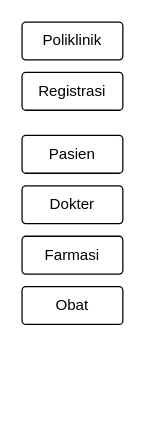
Above: rumahSakit.drawio in yogadwipayana/ERD (draw.io), before the change. Source tidied: cells renumbered, new cells numbered last; positions are measured from the earlier drawing's top-left corner, leaving out a move shared by most shapes. Both pictures are drawn from the tidied source at 126%, with x=0, y=0 at pixel (21, 21).
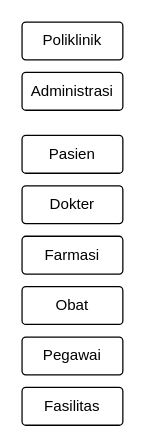
The same page after the edit.

Change to the diagram source:
```diff
@@
 <mxGraphModel>
   <root>
     <mxCell id="0" />
     <mxCell id="1" parent="0" />
     <mxCell id="2" value="Pasien" style="rounded=1;arcSize=10;whiteSpace=wrap;html=1;align=center;" parent="1" vertex="1">
       <mxGeometry y="90" width="80" height="30" as="geometry" />
     </mxCell>
-    <mxCell id="3" value="Registrasi" style="rounded=1;arcSize=10;whiteSpace=wrap;html=1;align=center;" parent="1" vertex="1">
+    <mxCell id="3" value="Administrasi" style="rounded=1;arcSize=10;whiteSpace=wrap;html=1;align=center;" parent="1" vertex="1">
       <mxGeometry y="40" width="80" height="30" as="geometry" />
     </mxCell>
     <mxCell id="4" value="Poliklinik" style="rounded=1;arcSize=10;whiteSpace=wrap;html=1;align=center;" parent="1" vertex="1">
       <mxGeometry width="80" height="30" as="geometry" />
     </mxCell>
     <mxCell id="5" value="Dokter" style="rounded=1;arcSize=10;whiteSpace=wrap;html=1;align=center;" parent="1" vertex="1">
       <mxGeometry y="130" width="80" height="30" as="geometry" />
     </mxCell>
     <mxCell id="6" value="Farmasi" style="rounded=1;arcSize=10;whiteSpace=wrap;html=1;align=center;" parent="1" vertex="1">
       <mxGeometry y="170" width="80" height="30" as="geometry" />
     </mxCell>
     <mxCell id="7" value="Obat" style="rounded=1;arcSize=10;whiteSpace=wrap;html=1;align=center;" parent="1" vertex="1">
       <mxGeometry y="210" width="80" height="30" as="geometry" />
     </mxCell>
+    <mxCell id="8" value="Pegawai" style="rounded=1;arcSize=10;whiteSpace=wrap;html=1;align=center;" parent="1" vertex="1">
+      <mxGeometry y="250" width="80" height="30" as="geometry" />
+    </mxCell>
+    <mxCell id="9" value="Fasilitas" style="rounded=1;arcSize=10;whiteSpace=wrap;html=1;align=center;" parent="1" vertex="1">
+      <mxGeometry y="290" width="80" height="30" as="geometry" />
+    </mxCell>
   </root>
 </mxGraphModel>
```
